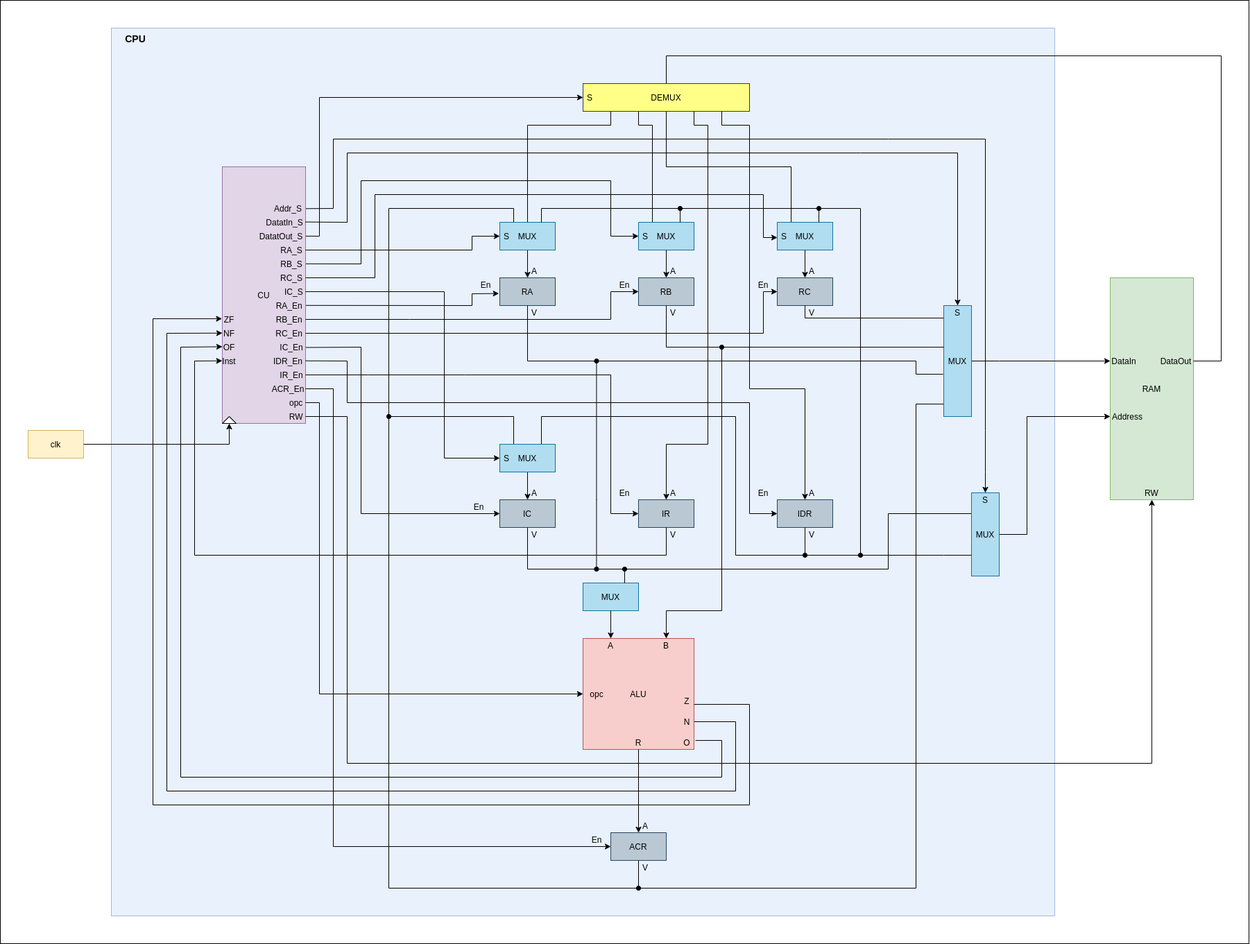
Earlier version of the draw.io export other/cpu_schem.png (dma-neves/dcpu). Source tidied: cells renumbered, new cells last; positions are measured from the earlier drawing's top-left corner, leaving out a move shared by most shapes.
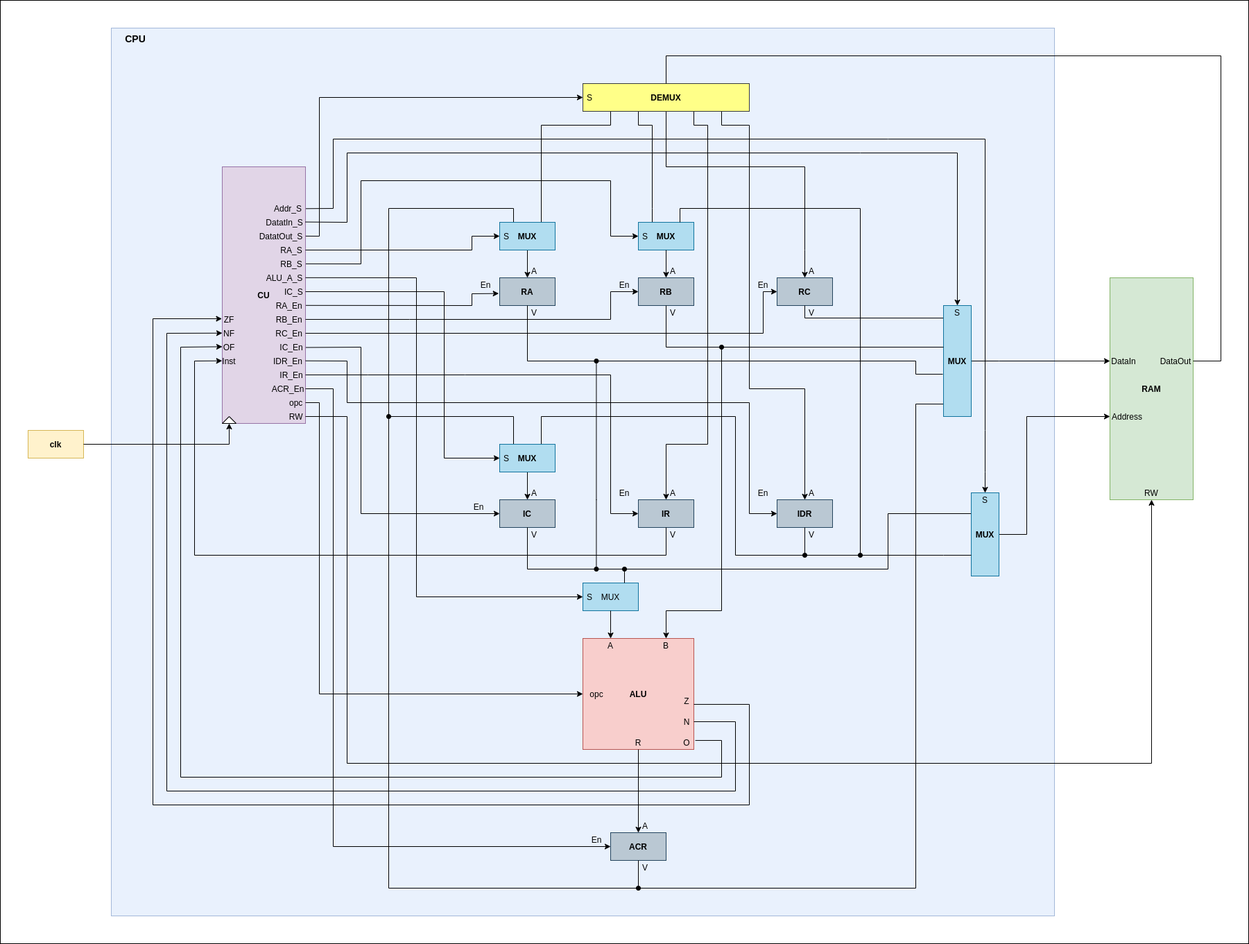
After the change.

Commit message:
Updated schem and ISA

The edit, as a diff of the source:
```diff
@@ -14,7 +14,7 @@
     <mxCell id="5" style="rounded=0;whiteSpace=wrap;html=1;fillColor=#e1d5e7;strokeColor=#9673a6;" parent="1" vertex="1">
       <mxGeometry x="320" y="240" width="120" height="370" as="geometry" />
     </mxCell>
-    <mxCell id="6" value="CU" style="text;html=1;strokeColor=none;fillColor=none;align=center;verticalAlign=middle;whiteSpace=wrap;rounded=0;" parent="1" vertex="1">
+    <mxCell id="6" value="&lt;b&gt;CU&lt;/b&gt;" style="text;html=1;strokeColor=none;fillColor=none;align=center;verticalAlign=middle;whiteSpace=wrap;rounded=0;" parent="1" vertex="1">
       <mxGeometry x="360" y="415" width="40" height="20" as="geometry" />
     </mxCell>
     <mxCell id="7" style="triangle;whiteSpace=wrap;html=1;direction=north;" parent="1" vertex="1">
@@ -27,13 +27,13 @@
         </Array>
       </mxGeometry>
     </mxCell>
-    <mxCell id="9" value="clk" style="text;html=1;strokeColor=none;fillColor=none;align=center;verticalAlign=middle;whiteSpace=wrap;rounded=0;" parent="1" vertex="1">
+    <mxCell id="9" value="&lt;b&gt;clk&lt;/b&gt;" style="text;html=1;strokeColor=none;fillColor=none;align=center;verticalAlign=middle;whiteSpace=wrap;rounded=0;" parent="1" vertex="1">
       <mxGeometry x="60" y="630" width="40" height="20" as="geometry" />
     </mxCell>
     <mxCell id="10" style="rounded=0;whiteSpace=wrap;html=1;fillColor=#bac8d3;strokeColor=#23445d;" parent="1" vertex="1">
       <mxGeometry x="720" y="400" width="80" height="40" as="geometry" />
     </mxCell>
-    <mxCell id="11" value="RA" style="text;html=1;strokeColor=none;fillColor=none;align=center;verticalAlign=middle;whiteSpace=wrap;rounded=0;" parent="1" vertex="1">
+    <mxCell id="11" value="&lt;b&gt;RA&lt;/b&gt;" style="text;html=1;strokeColor=none;fillColor=none;align=center;verticalAlign=middle;whiteSpace=wrap;rounded=0;" parent="1" vertex="1">
       <mxGeometry x="740" y="410" width="40" height="20" as="geometry" />
     </mxCell>
     <mxCell id="12" style="endArrow=classic;html=1;entryX=0;entryY=0.5;entryDx=0;entryDy=0;rounded=0;" parent="1" edge="1" target="119">
@@ -48,13 +48,13 @@
     <mxCell id="13" style="rounded=0;whiteSpace=wrap;html=1;fillColor=#f8cecc;strokeColor=#b85450;" parent="1" vertex="1">
       <mxGeometry x="840" y="920" width="160" height="160" as="geometry" />
     </mxCell>
-    <mxCell id="14" value="ALU" style="text;html=1;strokeColor=none;fillColor=none;align=center;verticalAlign=middle;whiteSpace=wrap;rounded=0;" parent="1" vertex="1">
+    <mxCell id="14" value="&lt;b&gt;ALU&lt;/b&gt;" style="text;html=1;strokeColor=none;fillColor=none;align=center;verticalAlign=middle;whiteSpace=wrap;rounded=0;" parent="1" vertex="1">
       <mxGeometry x="900" y="990" width="40" height="20" as="geometry" />
     </mxCell>
     <mxCell id="15" style="rounded=0;whiteSpace=wrap;html=1;fillColor=#bac8d3;strokeColor=#23445d;" parent="1" vertex="1">
       <mxGeometry x="880" y="1200" width="80" height="40" as="geometry" />
     </mxCell>
-    <mxCell id="16" value="ACR" style="text;html=1;strokeColor=none;fillColor=none;align=center;verticalAlign=middle;whiteSpace=wrap;rounded=0;" parent="1" vertex="1">
+    <mxCell id="16" value="&lt;b&gt;ACR&lt;/b&gt;" style="text;html=1;strokeColor=none;fillColor=none;align=center;verticalAlign=middle;whiteSpace=wrap;rounded=0;" parent="1" vertex="1">
       <mxGeometry x="900" y="1210" width="40" height="20" as="geometry" />
     </mxCell>
     <mxCell id="17" style="endArrow=classic;html=1;entryX=0;entryY=0.5;entryDx=0;entryDy=0;rounded=0;exitX=1;exitY=0.5;exitDx=0;exitDy=0;" parent="1" edge="1" source="113" target="15">
@@ -98,7 +98,7 @@
         </Array>
       </mxGeometry>
     </mxCell>
-    <mxCell id="23" value="RAM" style="text;html=1;strokeColor=none;fillColor=none;align=center;verticalAlign=middle;whiteSpace=wrap;rounded=0;" parent="1" vertex="1">
+    <mxCell id="23" value="&lt;b&gt;RAM&lt;/b&gt;" style="text;html=1;strokeColor=none;fillColor=none;align=center;verticalAlign=middle;whiteSpace=wrap;rounded=0;" parent="1" vertex="1">
       <mxGeometry x="1640" y="550" width="40" height="20" as="geometry" />
     </mxCell>
     <mxCell id="24" value="A" style="text;html=1;strokeColor=none;fillColor=none;align=center;verticalAlign=middle;whiteSpace=wrap;rounded=0;" parent="1" vertex="1">
@@ -110,7 +110,7 @@
     <mxCell id="26" style="rounded=0;whiteSpace=wrap;html=1;fillColor=#bac8d3;strokeColor=#23445d;" parent="1" vertex="1">
       <mxGeometry x="920" y="400" width="80" height="40" as="geometry" />
     </mxCell>
-    <mxCell id="27" value="RB" style="text;html=1;strokeColor=none;fillColor=none;align=center;verticalAlign=middle;whiteSpace=wrap;rounded=0;" parent="1" vertex="1">
+    <mxCell id="27" value="&lt;b&gt;RB&lt;/b&gt;" style="text;html=1;strokeColor=none;fillColor=none;align=center;verticalAlign=middle;whiteSpace=wrap;rounded=0;" parent="1" vertex="1">
       <mxGeometry x="940" y="410" width="40" height="20" as="geometry" />
     </mxCell>
     <mxCell id="28" style="endArrow=classic;html=1;entryX=0;entryY=0.5;entryDx=0;entryDy=0;rounded=0;exitX=1;exitY=0.5;exitDx=0;exitDy=0;" parent="1" edge="1" source="128" target="26">
@@ -141,15 +141,16 @@
     <mxCell id="32" style="rounded=0;whiteSpace=wrap;html=1;fillColor=#bac8d3;strokeColor=#23445d;" parent="1" vertex="1">
       <mxGeometry x="1120" y="400" width="80" height="40" as="geometry" />
     </mxCell>
-    <mxCell id="33" value="RC" style="text;html=1;strokeColor=none;fillColor=none;align=center;verticalAlign=middle;whiteSpace=wrap;rounded=0;" parent="1" vertex="1">
+    <mxCell id="33" value="&lt;b&gt;RC&lt;/b&gt;" style="text;html=1;strokeColor=none;fillColor=none;align=center;verticalAlign=middle;whiteSpace=wrap;rounded=0;" parent="1" vertex="1">
       <mxGeometry x="1140" y="410" width="40" height="20" as="geometry" />
     </mxCell>
-    <mxCell id="34" style="endArrow=none;html=1;entryX=0.25;entryY=0;entryDx=0;entryDy=0;rounded=0;endFill=0;" parent="1" edge="1" target="138">
+    <mxCell id="34" style="endArrow=none;html=1;rounded=0;endFill=0;" parent="1" edge="1">
       <mxGeometry relative="1" as="geometry">
         <mxPoint x="960" y="160" as="sourcePoint" />
+        <mxPoint x="1160" y="360" as="targetPoint" />
         <Array as="points">
           <mxPoint x="960" y="240" />
-          <mxPoint x="1140" y="240" />
+          <mxPoint x="1160" y="240" />
         </Array>
       </mxGeometry>
     </mxCell>
@@ -172,7 +173,7 @@
     <mxCell id="39" style="rounded=0;whiteSpace=wrap;html=1;fillColor=#bac8d3;strokeColor=#23445d;" parent="1" vertex="1">
       <mxGeometry x="720" y="720" width="80" height="40" as="geometry" />
     </mxCell>
-    <mxCell id="40" value="IC" style="text;html=1;strokeColor=none;fillColor=none;align=center;verticalAlign=middle;whiteSpace=wrap;rounded=0;" parent="1" vertex="1">
+    <mxCell id="40" value="&lt;b&gt;IC&lt;/b&gt;" style="text;html=1;strokeColor=none;fillColor=none;align=center;verticalAlign=middle;whiteSpace=wrap;rounded=0;" parent="1" vertex="1">
       <mxGeometry x="740" y="730" width="40" height="20" as="geometry" />
     </mxCell>
     <mxCell id="41" style="endArrow=classic;html=1;entryX=0;entryY=0.5;entryDx=0;entryDy=0;rounded=0;exitX=1.005;exitY=0.704;exitDx=0;exitDy=0;exitPerimeter=0;" parent="1" edge="1" source="5" target="39">
@@ -203,7 +204,7 @@
     <mxCell id="46" style="rounded=0;whiteSpace=wrap;html=1;fillColor=#bac8d3;strokeColor=#23445d;" parent="1" vertex="1">
       <mxGeometry x="920" y="720" width="80" height="40" as="geometry" />
     </mxCell>
-    <mxCell id="47" value="IR" style="text;html=1;strokeColor=none;fillColor=none;align=center;verticalAlign=middle;whiteSpace=wrap;rounded=0;" parent="1" vertex="1">
+    <mxCell id="47" value="&lt;b&gt;IR&lt;/b&gt;" style="text;html=1;strokeColor=none;fillColor=none;align=center;verticalAlign=middle;whiteSpace=wrap;rounded=0;" parent="1" vertex="1">
       <mxGeometry x="940" y="730" width="40" height="20" as="geometry" />
     </mxCell>
     <mxCell id="48" style="endArrow=classic;html=1;entryX=0;entryY=0.5;entryDx=0;entryDy=0;rounded=0;" parent="1" edge="1" target="46">
@@ -249,7 +250,7 @@
     <mxCell id="54" style="rounded=0;whiteSpace=wrap;html=1;fillColor=#bac8d3;strokeColor=#23445d;" parent="1" vertex="1">
       <mxGeometry x="1120" y="720" width="80" height="40" as="geometry" />
     </mxCell>
-    <mxCell id="55" value="IDR" style="text;html=1;strokeColor=none;fillColor=none;align=center;verticalAlign=middle;whiteSpace=wrap;rounded=0;" parent="1" vertex="1">
+    <mxCell id="55" value="&lt;b&gt;IDR&lt;/b&gt;" style="text;html=1;strokeColor=none;fillColor=none;align=center;verticalAlign=middle;whiteSpace=wrap;rounded=0;" parent="1" vertex="1">
       <mxGeometry x="1140" y="730" width="40" height="20" as="geometry" />
     </mxCell>
     <mxCell id="56" style="endArrow=classic;html=1;entryX=0.5;entryY=0;entryDx=0;entryDy=0;rounded=0;" parent="1" edge="1" target="54">
@@ -344,11 +345,11 @@
         <mxPoint x="760" y="360" as="sourcePoint" />
       </mxGeometry>
     </mxCell>
-    <mxCell id="76" style="endArrow=none;html=1;rounded=0;exitX=0.5;exitY=0;exitDx=0;exitDy=0;" parent="1" edge="1" source="119">
+    <mxCell id="76" style="endArrow=none;html=1;rounded=0;exitX=0.75;exitY=0;exitDx=0;exitDy=0;" parent="1" edge="1" source="119">
       <mxGeometry relative="1" as="geometry">
         <mxPoint x="880" y="160" as="targetPoint" />
         <Array as="points">
-          <mxPoint x="760" y="180" />
+          <mxPoint x="780" y="180" />
           <mxPoint x="880" y="180" />
         </Array>
       </mxGeometry>
@@ -371,7 +372,7 @@
     <mxCell id="80" style="rounded=0;whiteSpace=wrap;html=1;fillColor=#b1ddf0;strokeColor=#10739e;" parent="1" vertex="1">
       <mxGeometry x="1360" y="440" width="40" height="160" as="geometry" />
     </mxCell>
-    <mxCell id="81" value="MUX" style="text;html=1;strokeColor=none;fillColor=none;align=center;verticalAlign=middle;whiteSpace=wrap;rounded=0;" parent="1" vertex="1">
+    <mxCell id="81" value="&lt;b&gt;MUX&lt;/b&gt;" style="text;html=1;strokeColor=none;fillColor=none;align=center;verticalAlign=middle;whiteSpace=wrap;rounded=0;" parent="1" vertex="1">
       <mxGeometry x="1360" y="510" width="40" height="20" as="geometry" />
     </mxCell>
     <mxCell id="82" style="endArrow=none;html=1;exitX=0.25;exitY=0;exitDx=0;exitDy=0;entryX=0;entryY=0.375;entryDx=0;entryDy=0;rounded=0;entryPerimeter=0;" parent="1" edge="1" source="78" target="80">
@@ -404,7 +405,7 @@
     <mxCell id="86" style="rounded=0;whiteSpace=wrap;html=1;fillColor=#b1ddf0;strokeColor=#10739e;" parent="1" vertex="1">
       <mxGeometry x="1400" y="710" width="40" height="120" as="geometry" />
     </mxCell>
-    <mxCell id="87" value="MUX" style="text;html=1;strokeColor=none;fillColor=none;align=center;verticalAlign=middle;whiteSpace=wrap;rounded=0;" parent="1" vertex="1">
+    <mxCell id="87" value="&lt;b&gt;MUX&lt;/b&gt;" style="text;html=1;strokeColor=none;fillColor=none;align=center;verticalAlign=middle;whiteSpace=wrap;rounded=0;" parent="1" vertex="1">
       <mxGeometry x="1400" y="760" width="40" height="20" as="geometry" />
     </mxCell>
     <mxCell id="88" style="endArrow=none;html=1;entryX=0.25;entryY=0;entryDx=0;entryDy=0;jumpStyle=none;rounded=0;exitX=0;exitY=0.75;exitDx=0;exitDy=0;" parent="1" edge="1" source="86" target="58">
@@ -445,7 +446,7 @@
     <mxCell id="92" style="rounded=0;whiteSpace=wrap;html=1;fillColor=#ffff88;strokeColor=#36393d;" parent="1" vertex="1">
       <mxGeometry x="840" y="120" width="240" height="40" as="geometry" />
     </mxCell>
-    <mxCell id="93" value="DEMUX" style="text;html=1;strokeColor=none;fillColor=none;align=center;verticalAlign=middle;whiteSpace=wrap;rounded=0;" parent="1" vertex="1">
+    <mxCell id="93" value="&lt;b&gt;DEMUX&lt;/b&gt;" style="text;html=1;strokeColor=none;fillColor=none;align=center;verticalAlign=middle;whiteSpace=wrap;rounded=0;" parent="1" vertex="1">
       <mxGeometry x="940" y="130" width="40" height="20" as="geometry" />
     </mxCell>
     <mxCell id="94" style="endArrow=none;html=1;rounded=0;exitX=0.5;exitY=0;exitDx=0;exitDy=0;" parent="1" edge="1" source="92">
@@ -532,9 +533,6 @@
     <mxCell id="107" value="&amp;nbsp;RA_En" style="text;html=1;strokeColor=none;fillColor=none;align=center;verticalAlign=middle;whiteSpace=wrap;rounded=0;" parent="1" vertex="1">
       <mxGeometry x="390" y="430" width="50" height="20" as="geometry" />
     </mxCell>
-    <mxCell id="108" value="RC_S" style="text;html=1;strokeColor=none;fillColor=none;align=center;verticalAlign=middle;whiteSpace=wrap;rounded=0;" parent="1" vertex="1">
-      <mxGeometry x="400" y="390" width="40" height="20" as="geometry" />
-    </mxCell>
     <mxCell id="109" value="&amp;nbsp; IC_S" style="text;html=1;strokeColor=none;fillColor=none;align=center;verticalAlign=middle;whiteSpace=wrap;rounded=0;" parent="1" vertex="1">
       <mxGeometry x="400" y="410" width="40" height="20" as="geometry" />
     </mxCell>
@@ -568,13 +566,13 @@
     <mxCell id="119" style="rounded=0;whiteSpace=wrap;html=1;fillColor=#b1ddf0;strokeColor=#10739e;" parent="1" vertex="1">
       <mxGeometry x="720" y="320" width="80" height="40" as="geometry" />
     </mxCell>
-    <mxCell id="120" value="MUX" style="text;html=1;strokeColor=none;fillColor=none;align=center;verticalAlign=middle;whiteSpace=wrap;rounded=0;" parent="1" vertex="1">
+    <mxCell id="120" value="&lt;b&gt;MUX&lt;/b&gt;" style="text;html=1;strokeColor=none;fillColor=none;align=center;verticalAlign=middle;whiteSpace=wrap;rounded=0;" parent="1" vertex="1">
       <mxGeometry x="740" y="330" width="40" height="20" as="geometry" />
     </mxCell>
     <mxCell id="121" style="rounded=0;whiteSpace=wrap;html=1;fillColor=#b1ddf0;strokeColor=#10739e;" parent="1" vertex="1">
       <mxGeometry x="720" y="640" width="80" height="40" as="geometry" />
     </mxCell>
-    <mxCell id="122" value="MUX" style="text;html=1;strokeColor=none;fillColor=none;align=center;verticalAlign=middle;whiteSpace=wrap;rounded=0;" parent="1" vertex="1">
+    <mxCell id="122" value="&lt;b&gt;MUX&lt;/b&gt;" style="text;html=1;strokeColor=none;fillColor=none;align=center;verticalAlign=middle;whiteSpace=wrap;rounded=0;" parent="1" vertex="1">
       <mxGeometry x="740" y="650" width="40" height="20" as="geometry" />
     </mxCell>
     <mxCell id="123" style="rounded=0;whiteSpace=wrap;html=1;fillColor=#b1ddf0;strokeColor=#10739e;" parent="1" vertex="1">
@@ -626,7 +624,7 @@
     <mxCell id="134" style="endArrow=classic;html=1;exitX=0.5;exitY=1;exitDx=0;exitDy=0;entryX=0.25;entryY=1;entryDx=0;entryDy=0;" parent="1" edge="1" source="133" target="30">
       <mxGeometry relative="1" as="geometry" />
     </mxCell>
-    <mxCell id="135" value="MUX" style="text;html=1;strokeColor=none;fillColor=none;align=center;verticalAlign=middle;whiteSpace=wrap;rounded=0;" parent="1" vertex="1">
+    <mxCell id="135" value="&lt;b&gt;MUX&lt;/b&gt;" style="text;html=1;strokeColor=none;fillColor=none;align=center;verticalAlign=middle;whiteSpace=wrap;rounded=0;" parent="1" vertex="1">
       <mxGeometry x="940" y="330" width="40" height="20" as="geometry" />
     </mxCell>
     <mxCell id="136" style="endArrow=classic;html=1;entryX=0;entryY=0.5;entryDx=0;entryDy=0;exitX=1.005;exitY=0.378;exitDx=0;exitDy=0;exitPerimeter=0;rounded=0;" parent="1" edge="1" source="5" target="133">
@@ -642,34 +640,15 @@
     <mxCell id="137" value="S" style="text;html=1;strokeColor=none;fillColor=none;align=center;verticalAlign=middle;whiteSpace=wrap;rounded=0;" parent="1" vertex="1">
       <mxGeometry x="910" y="330" width="40" height="20" as="geometry" />
     </mxCell>
-    <mxCell id="138" style="rounded=0;whiteSpace=wrap;html=1;fillColor=#b1ddf0;strokeColor=#10739e;" parent="1" vertex="1">
-      <mxGeometry x="1120" y="320" width="80" height="40" as="geometry" />
-    </mxCell>
-    <mxCell id="139" value="MUX" style="text;html=1;strokeColor=none;fillColor=none;align=center;verticalAlign=middle;whiteSpace=wrap;rounded=0;fontFamily=Helvetica;fontSize=12;fontColor=#000000;gradientColor=none;" parent="1" vertex="1">
-      <mxGeometry x="1140" y="330" width="40" height="20" as="geometry" />
-    </mxCell>
-    <mxCell id="140" value="S" style="text;html=1;strokeColor=none;fillColor=none;align=center;verticalAlign=middle;whiteSpace=wrap;rounded=0;" parent="1" vertex="1">
-      <mxGeometry x="1110" y="330" width="40" height="20" as="geometry" />
-    </mxCell>
-    <mxCell id="141" style="endArrow=oval;html=1;exitX=0.75;exitY=0;exitDx=0;exitDy=0;rounded=0;endFill=1;" parent="1" edge="1" source="119">
+    <mxCell id="141" style="endArrow=oval;html=1;exitX=0.75;exitY=0;exitDx=0;exitDy=0;rounded=0;endFill=1;" parent="1" edge="1" source="133">
       <mxGeometry relative="1" as="geometry">
         <mxPoint x="1240" y="800" as="targetPoint" />
         <Array as="points">
-          <mxPoint x="780" y="300" />
+          <mxPoint x="980" y="300" />
           <mxPoint x="1240" y="300" />
         </Array>
       </mxGeometry>
     </mxCell>
-    <mxCell id="142" style="endArrow=none;html=1;entryX=0.75;entryY=0;entryDx=0;entryDy=0;startArrow=oval;startFill=1;" parent="1" edge="1" target="133">
-      <mxGeometry relative="1" as="geometry">
-        <mxPoint x="980" y="300" as="sourcePoint" />
-      </mxGeometry>
-    </mxCell>
-    <mxCell id="143" style="endArrow=none;html=1;entryX=0.75;entryY=0;entryDx=0;entryDy=0;startArrow=oval;startFill=1;" parent="1" edge="1" target="138">
-      <mxGeometry relative="1" as="geometry">
-        <mxPoint x="1180" y="300" as="sourcePoint" />
-      </mxGeometry>
-    </mxCell>
     <mxCell id="144" value="RB_S" style="text;html=1;strokeColor=none;fillColor=none;align=center;verticalAlign=middle;whiteSpace=wrap;rounded=0;" parent="1" vertex="1">
       <mxGeometry x="400" y="370" width="40" height="20" as="geometry" />
     </mxCell>
@@ -681,19 +660,10 @@
         </Array>
       </mxGeometry>
     </mxCell>
-    <mxCell id="146" style="endArrow=classic;html=1;exitX=1;exitY=0.5;exitDx=0;exitDy=0;rounded=0;" parent="1" edge="1" source="108">
-      <mxGeometry relative="1" as="geometry">
-        <mxPoint x="1120" y="342" as="targetPoint" />
-        <Array as="points">
-          <mxPoint x="540" y="400" />
-          <mxPoint x="540" y="280" />
-          <mxPoint x="1100" y="280" />
-          <mxPoint x="1100" y="342" />
-        </Array>
-      </mxGeometry>
-    </mxCell>
-    <mxCell id="147" style="endArrow=classic;html=1;exitX=0.5;exitY=1;exitDx=0;exitDy=0;entryX=0.25;entryY=1;entryDx=0;entryDy=0;" parent="1" edge="1" source="138" target="36">
-      <mxGeometry relative="1" as="geometry" />
+    <mxCell id="147" style="endArrow=classic;html=1;exitX=0.5;exitY=1;exitDx=0;exitDy=0;entryX=0.25;entryY=1;entryDx=0;entryDy=0;" parent="1" edge="1" target="36">
+      <mxGeometry relative="1" as="geometry">
+        <mxPoint x="1160" y="360" as="sourcePoint" />
+      </mxGeometry>
     </mxCell>
     <mxCell id="148" value="S" style="text;html=1;strokeColor=none;fillColor=none;align=center;verticalAlign=middle;whiteSpace=wrap;rounded=0;" parent="1" vertex="1">
       <mxGeometry x="830" y="130" width="40" height="20" as="geometry" />
@@ -721,5 +691,19 @@
         </Array>
       </mxGeometry>
     </mxCell>
+    <mxCell id="140" value="S" style="text;html=1;strokeColor=none;fillColor=none;align=center;verticalAlign=middle;whiteSpace=wrap;rounded=0;" parent="1" vertex="1">
+      <mxGeometry x="830" y="850" width="40" height="20" as="geometry" />
+    </mxCell>
+    <mxCell id="153" style="endArrow=classic;html=1;entryX=0;entryY=0.5;entryDx=0;entryDy=0;exitX=1.001;exitY=0.432;exitDx=0;exitDy=0;exitPerimeter=0;rounded=0;" parent="1" edge="1" source="5" target="123">
+      <mxGeometry relative="1" as="geometry">
+        <Array as="points">
+          <mxPoint x="600" y="400" />
+          <mxPoint x="600" y="860" />
+        </Array>
+      </mxGeometry>
+    </mxCell>
+    <mxCell id="154" value="ALU_A_S" style="text;html=1;strokeColor=none;fillColor=none;align=center;verticalAlign=middle;whiteSpace=wrap;rounded=0;" parent="1" vertex="1">
+      <mxGeometry x="390" y="390" width="40" height="20" as="geometry" />
+    </mxCell>
   </root>
 </mxGraphModel>
```
